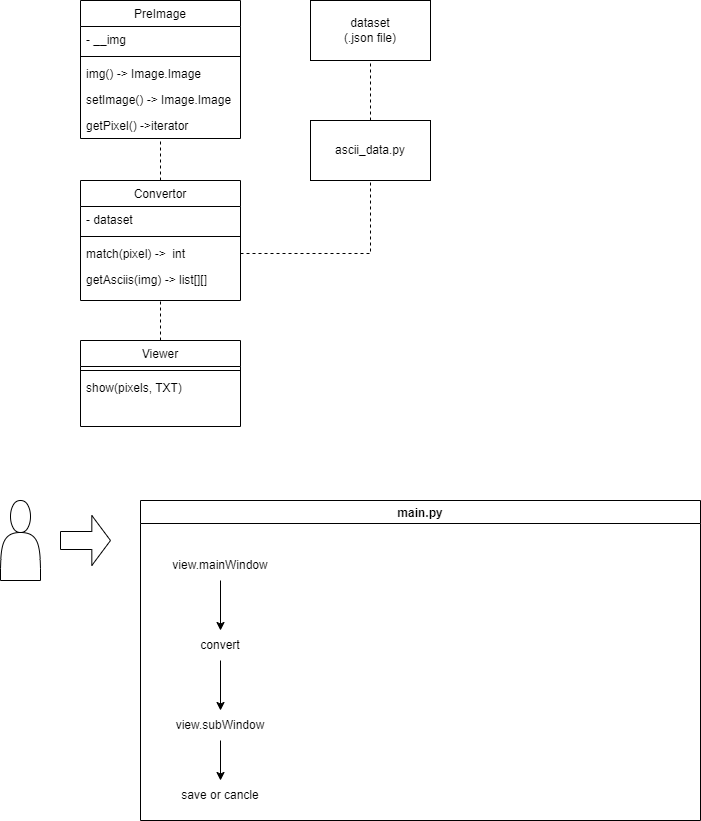
IT-ooth/ascii-art keeps this draw.io diagram as ascii_art.drawio.png. Above is the earlier version. Source tidied: cells renumbered, new cells last; positions are measured from the earlier drawing's top-left corner, leaving out a move shared by most shapes.
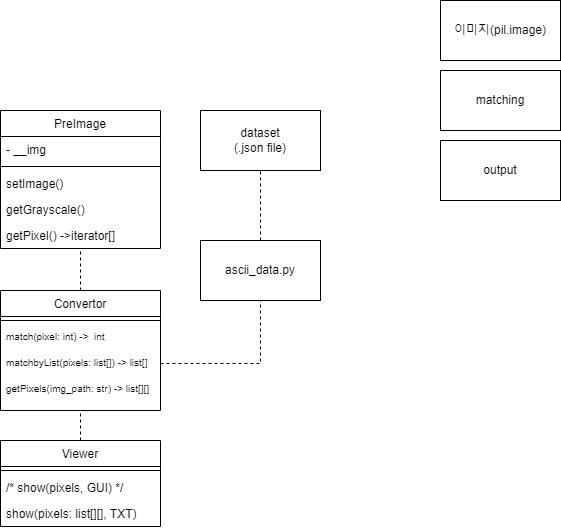
After the commit.

Change to the diagram source:
```diff
@@ -1,9 +1,9 @@
-<mxGraphModel>
+<mxGraphModel background="#ffffff">
   <root>
     <mxCell id="0" />
     <mxCell id="1" parent="0" />
     <mxCell id="2" value="PreImage" style="swimlane;fontStyle=0;align=center;verticalAlign=top;horizontal=1;startSize=26;rounded=0;shadow=0;strokeWidth=1;" parent="1" vertex="1">
-      <mxGeometry x="80" width="160" height="138" as="geometry" />
+      <mxGeometry x="80" y="90" width="160" height="138" as="geometry" />
     </mxCell>
     <mxCell id="3" value="- __img" style="text;align=left;verticalAlign=top;spacingLeft=4;spacingRight=4;overflow=hidden;" parent="2" vertex="1">
       <mxGeometry y="26" width="160" height="26" as="geometry" />
@@ -11,33 +11,42 @@
     <mxCell id="4" style="line;html=1;strokeWidth=1;align=left;verticalAlign=middle;spacingTop=-1;spacingLeft=3;spacingRight=3;labelPosition=right;" parent="2" vertex="1">
       <mxGeometry y="52" width="160" height="8" as="geometry" />
     </mxCell>
-    <mxCell id="5" value="img() -&gt; Image.Image" style="text;align=left;verticalAlign=top;spacingLeft=4;spacingRight=4;overflow=hidden;" parent="2" vertex="1">
+    <mxCell id="5" value="setImage()" style="text;align=left;verticalAlign=top;spacingLeft=4;spacingRight=4;overflow=hidden;" parent="2" vertex="1">
       <mxGeometry y="60" width="160" height="26" as="geometry" />
     </mxCell>
-    <mxCell id="6" value="setImage() -&gt; Image.Image" style="text;align=left;verticalAlign=top;spacingLeft=4;spacingRight=4;overflow=hidden;" parent="2" vertex="1">
+    <mxCell id="6" value="getGrayscale()" style="text;align=left;verticalAlign=top;spacingLeft=4;spacingRight=4;overflow=hidden;" parent="2" vertex="1">
       <mxGeometry y="86" width="160" height="26" as="geometry" />
     </mxCell>
-    <mxCell id="7" value="getPixel() -&gt;iterator" style="text;align=left;verticalAlign=top;spacingLeft=4;spacingRight=4;overflow=hidden;" parent="2" vertex="1">
+    <mxCell id="7" value="getPixel() -&gt;iterator[]" style="text;align=left;verticalAlign=top;spacingLeft=4;spacingRight=4;overflow=hidden;" parent="2" vertex="1">
       <mxGeometry y="112" width="160" height="26" as="geometry" />
     </mxCell>
+    <mxCell id="32" value="이미지(pil.image)" style="rounded=0;whiteSpace=wrap;html=1;" parent="1" vertex="1">
+      <mxGeometry x="520" y="-20" width="120" height="60" as="geometry" />
+    </mxCell>
+    <mxCell id="33" value="matching" style="rounded=0;whiteSpace=wrap;html=1;" parent="1" vertex="1">
+      <mxGeometry x="520" y="50" width="120" height="60" as="geometry" />
+    </mxCell>
+    <mxCell id="34" value="output" style="rounded=0;whiteSpace=wrap;html=1;" parent="1" vertex="1">
+      <mxGeometry x="520" y="120" width="120" height="60" as="geometry" />
+    </mxCell>
     <mxCell id="8" value="dataset&lt;br&gt;(.json file)" style="rounded=0;whiteSpace=wrap;html=1;" parent="1" vertex="1">
-      <mxGeometry x="310" width="120" height="60" as="geometry" />
+      <mxGeometry x="280" y="90" width="120" height="60" as="geometry" />
     </mxCell>
-    <mxCell id="9" value="Convertor" style="swimlane;fontStyle=0;align=center;verticalAlign=top;horizontal=1;startSize=26;rounded=0;shadow=0;strokeWidth=1;" parent="1" vertex="1">
-      <mxGeometry x="80" y="180" width="160" height="120" as="geometry" />
+    <mxCell id="9" value="Convertor" style="swimlane;fontStyle=0;align=center;verticalAlign=top;horizontal=1;startSize=26;rounded=0;shadow=0;strokeWidth=1;fillStyle=solid;" parent="1" vertex="1">
+      <mxGeometry x="80" y="270" width="160" height="120" as="geometry" />
     </mxCell>
-    <mxCell id="10" value="- dataset&#10;" style="text;align=left;verticalAlign=top;spacingLeft=4;spacingRight=4;overflow=hidden;" parent="9" vertex="1">
-      <mxGeometry y="26" width="160" height="26" as="geometry" />
-    </mxCell>
     <mxCell id="11" style="line;html=1;strokeWidth=1;align=left;verticalAlign=middle;spacingTop=-1;spacingLeft=3;spacingRight=3;labelPosition=right;" parent="9" vertex="1">
-      <mxGeometry y="52" width="160" height="8" as="geometry" />
+      <mxGeometry y="26" width="160" height="8" as="geometry" />
     </mxCell>
-    <mxCell id="12" value="match(pixel) -&gt;  int" style="text;align=left;verticalAlign=top;spacingLeft=4;spacingRight=4;overflow=hidden;points=[[0,0.5],[1,0.5]];portConstraint=eastwest;" parent="9" vertex="1">
-      <mxGeometry y="60" width="160" height="26" as="geometry" />
+    <mxCell id="12" value="match(pixel: int) -&gt;  int" style="text;align=left;verticalAlign=top;spacingLeft=4;spacingRight=4;overflow=hidden;points=[[0,0.5],[1,0.5]];portConstraint=eastwest;fontSize=10;" parent="9" vertex="1">
+      <mxGeometry y="34" width="160" height="26" as="geometry" />
     </mxCell>
-    <mxCell id="13" value="getAsciis(img) -&gt; list[][]" style="text;align=left;verticalAlign=top;spacingLeft=4;spacingRight=4;overflow=hidden;points=[[0,0.5],[1,0.5]];portConstraint=eastwest;" parent="9" vertex="1">
-      <mxGeometry y="86" width="160" height="26" as="geometry" />
+    <mxCell id="13" value="matchbyList(pixels: list[]) -&gt; list[]" style="text;align=left;verticalAlign=top;spacingLeft=4;spacingRight=4;overflow=hidden;points=[[0,0.5],[1,0.5]];portConstraint=eastwest;fontSize=10;" parent="9" vertex="1">
+      <mxGeometry y="60" width="160" height="26" as="geometry" />
     </mxCell>
+    <mxCell id="35" value="getPixels(img_path: str) -&gt; list[][]" style="text;align=left;verticalAlign=top;spacingLeft=4;spacingRight=4;overflow=hidden;fontSize=10;" parent="9" vertex="1">
+      <mxGeometry y="86" width="160" height="26" as="geometry" />
+    </mxCell>
     <mxCell id="14" style="endArrow=none;dashed=1;html=1;rounded=0;entryX=0.5;entryY=1;entryDx=0;entryDy=0;exitX=0.5;exitY=0;exitDx=0;exitDy=0;" parent="1" edge="1" source="9" target="2">
       <mxGeometry relative="1" as="geometry" />
     </mxCell>
@@ -45,56 +54,29 @@
       <mxGeometry relative="1" as="geometry" />
     </mxCell>
     <mxCell id="16" value="Viewer" style="swimlane;fontStyle=0;align=center;verticalAlign=top;horizontal=1;startSize=26;rounded=0;shadow=0;strokeWidth=1;" parent="1" vertex="1">
-      <mxGeometry x="80" y="340" width="160" height="86" as="geometry" />
+      <mxGeometry x="80" y="420" width="160" height="86" as="geometry" />
     </mxCell>
     <mxCell id="17" style="line;html=1;strokeWidth=1;align=left;verticalAlign=middle;spacingTop=-1;spacingLeft=3;spacingRight=3;labelPosition=right;" parent="16" vertex="1">
       <mxGeometry y="26" width="160" height="8" as="geometry" />
     </mxCell>
+    <mxCell id="36" value="/* show(pixels, GUI) */" style="text;align=left;verticalAlign=top;spacingLeft=4;spacingRight=4;overflow=hidden;" parent="16" vertex="1">
+      <mxGeometry y="34" width="160" height="26" as="geometry" />
+    </mxCell>
-    <mxCell id="18" value="show(pixels, TXT)" style="text;align=left;verticalAlign=top;spacingLeft=4;spacingRight=4;overflow=hidden;" parent="16" vertex="1">
-      <mxGeometry y="34" width="160" height="26" as="geometry" />
+    <mxCell id="18" value="show(pixels: list[][], TXT)" style="text;align=left;verticalAlign=top;spacingLeft=4;spacingRight=4;overflow=hidden;" parent="16" vertex="1">
+      <mxGeometry y="60" width="160" height="26" as="geometry" />
     </mxCell>
     <mxCell id="19" style="endArrow=none;dashed=1;html=1;rounded=0;entryX=0.5;entryY=1;entryDx=0;entryDy=0;exitX=0.5;exitY=0;exitDx=0;exitDy=0;" parent="1" edge="1" source="16" target="9">
       <mxGeometry relative="1" as="geometry" />
     </mxCell>
     <mxCell id="20" value="ascii_data.py" style="rounded=0;whiteSpace=wrap;html=1;" parent="1" vertex="1">
-      <mxGeometry x="310" y="120" width="120" height="60" as="geometry" />
+      <mxGeometry x="280" y="220" width="120" height="60" as="geometry" />
     </mxCell>
-    <mxCell id="21" style="endArrow=none;dashed=1;html=1;rounded=0;exitX=1;exitY=0.5;exitDx=0;exitDy=0;entryX=0.5;entryY=1;entryDx=0;entryDy=0;" parent="1" edge="1" source="12" target="20">
+    <mxCell id="21" style="endArrow=none;dashed=1;html=1;rounded=0;entryX=0.5;entryY=1;entryDx=0;entryDy=0;" parent="1" edge="1" source="13" target="20">
       <mxGeometry relative="1" as="geometry">
         <Array as="points">
-          <mxPoint x="370" y="253" />
+          <mxPoint x="340" y="343" />
         </Array>
       </mxGeometry>
     </mxCell>
-    <mxCell id="22" style="shape=actor;whiteSpace=wrap;html=1;" parent="1" vertex="1">
-      <mxGeometry y="500" width="40" height="80" as="geometry" />
-    </mxCell>
-    <mxCell id="23" style="shape=singleArrow;whiteSpace=wrap;html=1;arrowWidth=0.359998779296875;arrowSize=0.37333251953125;" parent="1" vertex="1">
-      <mxGeometry x="60" y="515" width="50" height="50" as="geometry" />
-    </mxCell>
-    <mxCell id="24" value="main.py" style="swimlane;" parent="1" vertex="1">
-      <mxGeometry x="140" y="500" width="560" height="320" as="geometry" />
-    </mxCell>
-    <mxCell id="25" style="edgeStyle=orthogonalEdgeStyle;rounded=0;jettySize=auto;html=1;" parent="24" edge="1" source="26" target="28">
-      <mxGeometry relative="1" as="geometry" />
-    </mxCell>
-    <mxCell id="26" value="view.mainWindow" style="text;html=1;strokeColor=none;fillColor=none;align=center;verticalAlign=middle;whiteSpace=wrap;rounded=0;shadow=0;" parent="24" vertex="1">
-      <mxGeometry x="20" y="50" width="120" height="30" as="geometry" />
-    </mxCell>
-    <mxCell id="27" style="edgeStyle=orthogonalEdgeStyle;rounded=0;jettySize=auto;html=1;" parent="24" edge="1" source="28" target="30">
-      <mxGeometry relative="1" as="geometry" />
-    </mxCell>
-    <mxCell id="28" value="convert" style="text;html=1;strokeColor=none;fillColor=none;align=center;verticalAlign=middle;whiteSpace=wrap;rounded=0;shadow=0;" parent="24" vertex="1">
-      <mxGeometry x="20" y="130" width="120" height="30" as="geometry" />
-    </mxCell>
-    <mxCell id="29" style="edgeStyle=orthogonalEdgeStyle;rounded=0;jettySize=auto;html=1;" parent="24" edge="1" source="30" target="31">
-      <mxGeometry relative="1" as="geometry" />
-    </mxCell>
-    <mxCell id="30" value="view.subWindow" style="text;html=1;strokeColor=none;fillColor=none;align=center;verticalAlign=middle;whiteSpace=wrap;rounded=0;shadow=0;" parent="24" vertex="1">
-      <mxGeometry x="20" y="210" width="120" height="30" as="geometry" />
-    </mxCell>
-    <mxCell id="31" value="save or cancle" style="text;html=1;strokeColor=none;fillColor=none;align=center;verticalAlign=middle;whiteSpace=wrap;rounded=0;shadow=0;" parent="24" vertex="1">
-      <mxGeometry x="20" y="280" width="120" height="30" as="geometry" />
-    </mxCell>
   </root>
 </mxGraphModel>
```
